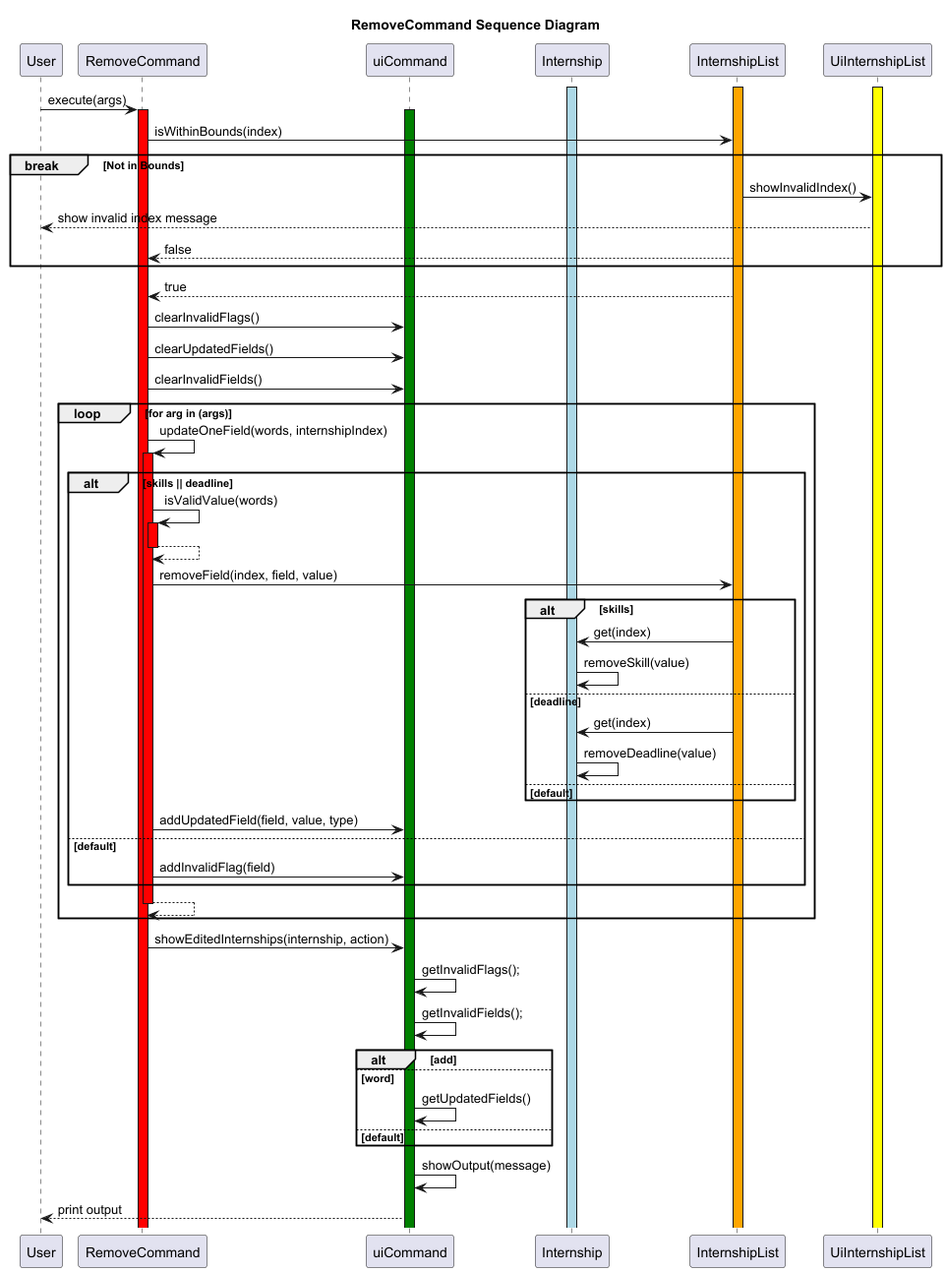
nus-cs2113-AY2425S1/tp keeps this PlantUML diagram as docs/UML/RemoveCommand_Sequence_Diagram.png. Above is the earlier version.
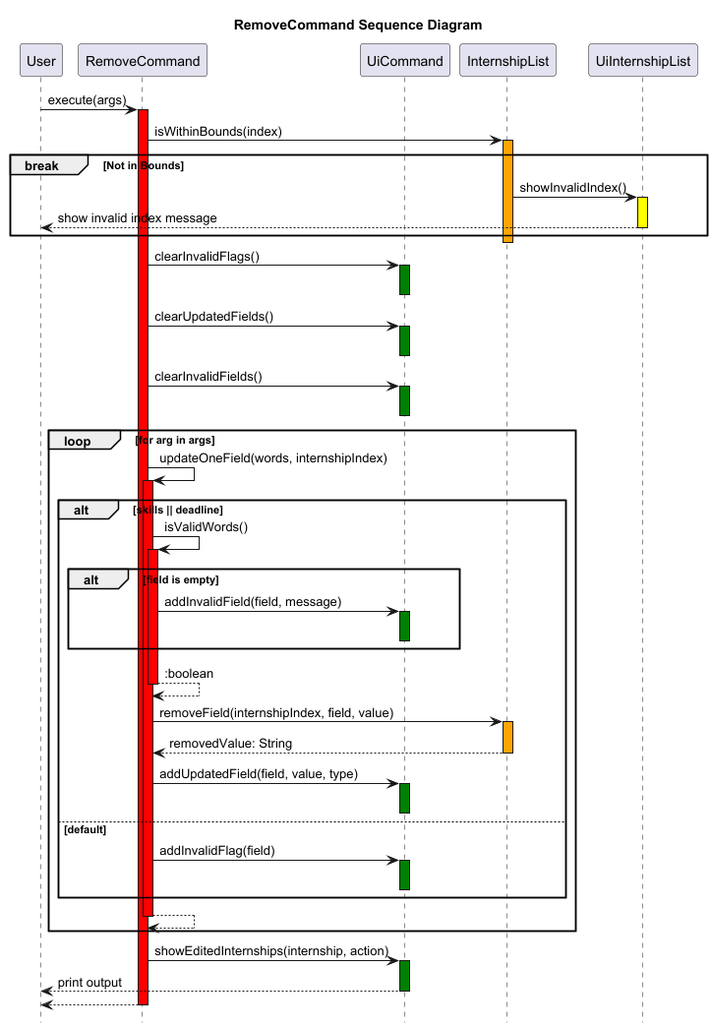
After the change.

Commit message:
Edit RemoveCommand Sequence Diagram

What changed in the source:
```diff
@@ -1,78 +1,81 @@
 @startuml
 title RemoveCommand Sequence Diagram
+hide footbox
 
 participant User
 participant RemoveCommand
-participant uiCommand
-participant Internship
+participant UiCommand
 participant InternshipList
 participant UiInternshipList
 
-activate InternshipList #orange
-activate UiInternshipList #yellow
-activate Internship #lightblue
-
 User -> RemoveCommand:execute(args)
 activate RemoveCommand #red
-activate uiCommand #green
 
 RemoveCommand -> InternshipList:isWithinBounds(index)
+activate InternshipList #orange
+
 break Not in Bounds
     InternshipList -> UiInternshipList:showInvalidIndex()
+    activate UiInternshipList #yellow
     UiInternshipList --> User:show invalid index message
-    InternshipList --> RemoveCommand: false
+    deactivate UiInternshipList
 end
 
-InternshipList --> RemoveCommand: true
+deactivate InternshipList
 
-RemoveCommand -> uiCommand:clearInvalidFlags()
-RemoveCommand -> uiCommand:clearUpdatedFields()
-RemoveCommand -> uiCommand:clearInvalidFields()
+RemoveCommand -> UiCommand:clearInvalidFlags()
+activate UiCommand #green
+deactivate UiCommand
 
-loop for arg in (args)
+RemoveCommand -> UiCommand:clearUpdatedFields()
+activate UiCommand #green
+deactivate UiCommand
+
+RemoveCommand -> UiCommand:clearInvalidFields()
+activate UiCommand #green
+deactivate UiCommand
+
+loop for arg in args
     RemoveCommand -> RemoveCommand:updateOneField(words, internshipIndex)
     activate RemoveCommand #red
     alt skills || deadline
-        RemoveCommand -> RemoveCommand:isValidValue(words)
+        RemoveCommand -> RemoveCommand:isValidWords()
         activate RemoveCommand #red
-        RemoveCommand --> RemoveCommand
+
+        alt field is empty
+            RemoveCommand -> UiCommand:addInvalidField(field, message)
+            activate UiCommand #green
+            deactivate UiCommand
+        end
+
+        RemoveCommand --> RemoveCommand: :boolean
         deactivate RemoveCommand
 
-        RemoveCommand -> InternshipList:removeField(index, field, value)
-        alt skills
-            InternshipList -> Internship:get(index)
-            Internship -> Internship:removeSkill(value)
-        else deadline
-            InternshipList -> Internship:get(index)
-            Internship -> Internship:removeDeadline(value)
-        else default
-        end
+        RemoveCommand -> InternshipList:removeField(internshipIndex, field, value)
+        activate InternshipList #orange
+        InternshipList --> RemoveCommand:removedValue: String
+        deactivate InternshipList
 
-        RemoveCommand -> uiCommand:addUpdatedField(field, value, type)
+        RemoveCommand -> UiCommand:addUpdatedField(field, value, type)
+        activate UiCommand #green
+        deactivate UiCommand
 
     else default
-        RemoveCommand -> uiCommand:addInvalidFlag(field)
+        RemoveCommand -> UiCommand:addInvalidFlag(field)
+        activate UiCommand #green
+        deactivate UiCommand
     end
 
     RemoveCommand --> RemoveCommand
     deactivate RemoveCommand
 end
 
-RemoveCommand -> uiCommand:showEditedInternships(internship, action)
+RemoveCommand -> UiCommand:showEditedInternships(internship, action)
+activate UiCommand #green
+UiCommand --> User:print output
+deactivate UiCommand
 
-uiCommand -> uiCommand:getInvalidFlags();
-uiCommand -> uiCommand:getInvalidFields();
-
-alt add
-
-else word
- uiCommand -> uiCommand:getUpdatedFields()
-
-else default
-
-end
-
-uiCommand -> uiCommand:showOutput(message)
-uiCommand --> User:print output
+RemoveCommand --> User
+deactivate RemoveCommand
 
 @enduml
```
